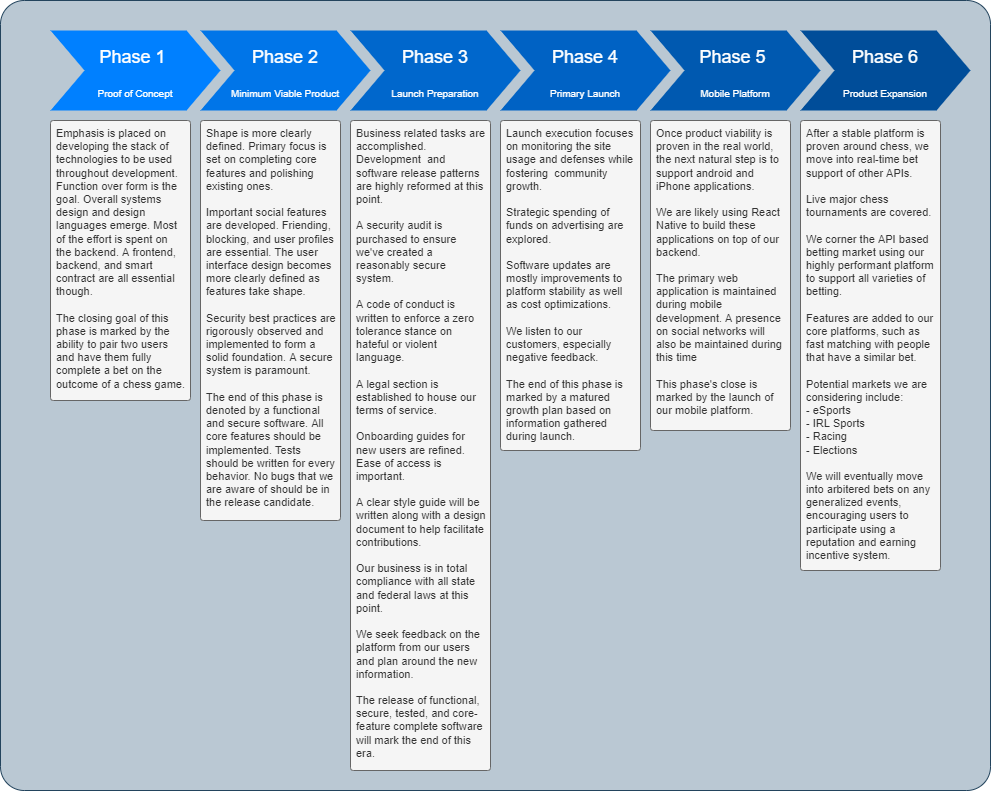
The draw.io diagram readme-assets/roadmap.png in geektechniquestudios/ChessWager, before a commit. Source tidied: cells renumbered, new cells last; positions are measured from the earlier drawing's top-left corner, leaving out a move shared by most shapes.
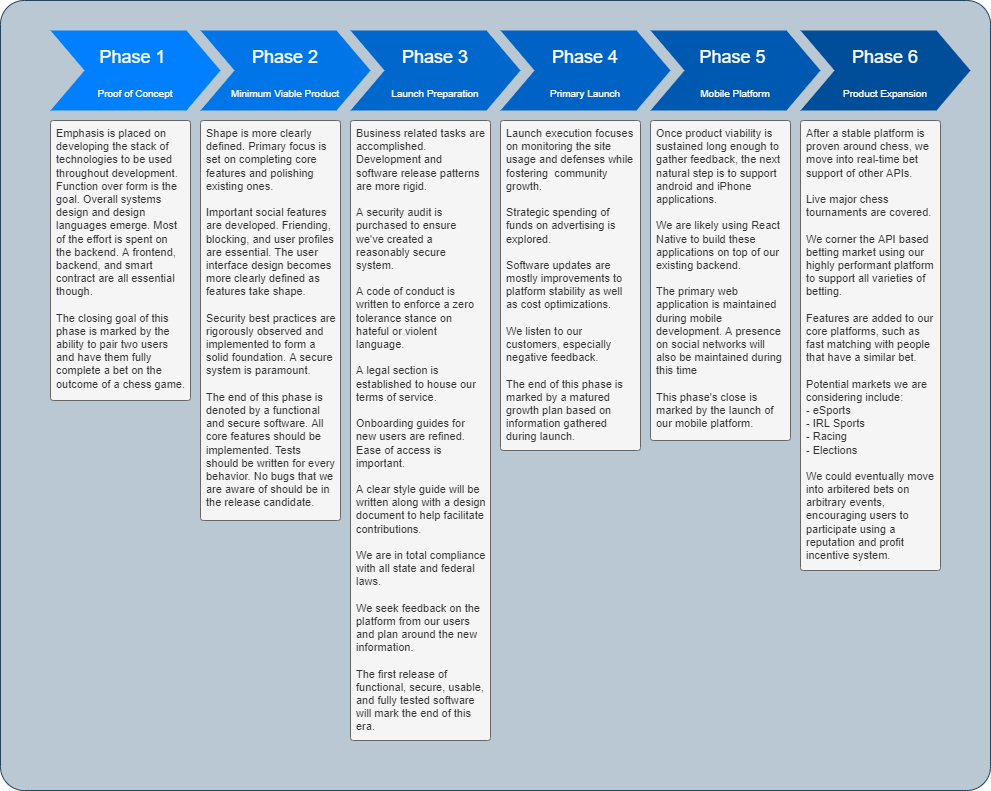
After the commit.

What changed in the source:
```diff
@@ -23,10 +23,10 @@
     <mxCell id="8" value="&lt;font style=&quot;&quot;&gt;&lt;span style=&quot;font-size: 18px;&quot;&gt;Phase 6&lt;/span&gt;&lt;br&gt;&lt;font style=&quot;font-size: 10px;&quot;&gt;Product Expansion&lt;/font&gt;&lt;br&gt;&lt;/font&gt;" style="shape=step;whiteSpace=wrap;html=1;fontSize=28;fillColor=#004D99;fontColor=#FFFFFF;strokeColor=none;" parent="1" vertex="1">
       <mxGeometry x="800" y="30" width="170" height="80" as="geometry" />
     </mxCell>
-    <mxCell id="9" value="Once product viability is proven in the real world, the next natural step is to support android and iPhone applications.&lt;br style=&quot;font-size: 11px;&quot;&gt;&lt;br style=&quot;font-size: 11px;&quot;&gt;We are likely using React Native to build these applications on top of our backend.&amp;nbsp;&lt;br style=&quot;font-size: 11px;&quot;&gt;&lt;br style=&quot;font-size: 11px;&quot;&gt;The primary web application is maintained during mobile development. A presence on social networks will also be maintained during this time&lt;br style=&quot;font-size: 11px;&quot;&gt;&lt;br style=&quot;font-size: 11px;&quot;&gt;This phase's close is marked by the launch of our mobile platform." style="text;spacingTop=-3;whiteSpace=wrap;html=1;align=left;fontSize=11;fontFamily=Helvetica;fillColor=#f5f5f5;rounded=1;glass=0;spacingLeft=1;spacingRight=1;spacing=5;labelBackgroundColor=none;fontColor=#333333;strokeColor=#666666;rotation=0;arcSize=2;" parent="1" vertex="1">
-      <mxGeometry x="650" y="120" width="140" height="310" as="geometry" />
+    <mxCell id="9" value="Once product viability is sustained long enough to gather feedback, the next natural step is to support android and iPhone applications.&lt;br style=&quot;font-size: 11px;&quot;&gt;&lt;br style=&quot;font-size: 11px;&quot;&gt;We are likely using React Native to build these applications on top of our&amp;nbsp; existing backend.&amp;nbsp;&lt;br style=&quot;font-size: 11px;&quot;&gt;&lt;br style=&quot;font-size: 11px;&quot;&gt;The primary web application is maintained during mobile development. A presence on social networks will also be maintained during this time&lt;br style=&quot;font-size: 11px;&quot;&gt;&lt;br style=&quot;font-size: 11px;&quot;&gt;This phase's close is marked by the launch of our mobile platform." style="text;spacingTop=-3;whiteSpace=wrap;html=1;align=left;fontSize=11;fontFamily=Helvetica;fillColor=#f5f5f5;rounded=1;glass=0;spacingLeft=1;spacingRight=1;spacing=5;labelBackgroundColor=none;fontColor=#333333;strokeColor=#666666;rotation=0;arcSize=2;" parent="1" vertex="1">
+      <mxGeometry x="650" y="120" width="140" height="320" as="geometry" />
     </mxCell>
-    <mxCell id="10" value="After a stable platform is proven around chess, we move into real-time bet support of other APIs.&lt;br style=&quot;font-size: 11px;&quot;&gt;&lt;br style=&quot;font-size: 11px;&quot;&gt;Live major chess tournaments are covered.&amp;nbsp;&lt;br style=&quot;font-size: 11px;&quot;&gt;&lt;br style=&quot;font-size: 11px;&quot;&gt;We corner the API based betting market using our highly performant platform to support all varieties of betting.&amp;nbsp;&lt;br style=&quot;font-size: 11px;&quot;&gt;&lt;br style=&quot;font-size: 11px;&quot;&gt;Features are added to our core platforms, such as fast matching with people that have a similar bet.&lt;br style=&quot;font-size: 11px;&quot;&gt;&lt;br style=&quot;font-size: 11px;&quot;&gt;Potential markets we are considering include:&lt;br style=&quot;font-size: 11px;&quot;&gt;- eSports&lt;br style=&quot;font-size: 11px;&quot;&gt;- IRL Sports&lt;br style=&quot;font-size: 11px;&quot;&gt;- Racing&lt;br style=&quot;font-size: 11px;&quot;&gt;- Elections&lt;br style=&quot;font-size: 11px;&quot;&gt;&lt;br style=&quot;font-size: 11px;&quot;&gt;We will eventually move into arbitered bets on any generalized events, encouraging users to participate using a reputation and earning incentive system." style="text;spacingTop=-3;whiteSpace=wrap;html=1;align=left;fontSize=11;fontFamily=Helvetica;fillColor=#f5f5f5;rounded=1;glass=0;spacingLeft=1;spacingRight=1;spacing=5;labelBackgroundColor=none;fontColor=#333333;strokeColor=#666666;rotation=0;arcSize=2;" parent="1" vertex="1">
+    <mxCell id="10" value="After a stable platform is proven around chess, we move into real-time bet support of other APIs.&lt;br style=&quot;font-size: 11px;&quot;&gt;&lt;br style=&quot;font-size: 11px;&quot;&gt;Live major chess tournaments are covered.&amp;nbsp;&lt;br style=&quot;font-size: 11px;&quot;&gt;&lt;br style=&quot;font-size: 11px;&quot;&gt;We corner the API based betting market using our highly performant platform to support all varieties of betting.&amp;nbsp;&lt;br style=&quot;font-size: 11px;&quot;&gt;&lt;br style=&quot;font-size: 11px;&quot;&gt;Features are added to our core platforms, such as fast matching with people that have a similar bet.&lt;br style=&quot;font-size: 11px;&quot;&gt;&lt;br style=&quot;font-size: 11px;&quot;&gt;Potential markets we are considering include:&lt;br style=&quot;font-size: 11px;&quot;&gt;- eSports&lt;br style=&quot;font-size: 11px;&quot;&gt;- IRL Sports&lt;br style=&quot;font-size: 11px;&quot;&gt;- Racing&lt;br style=&quot;font-size: 11px;&quot;&gt;- Elections&lt;br style=&quot;font-size: 11px;&quot;&gt;&lt;br style=&quot;font-size: 11px;&quot;&gt;We could eventually move into arbitered bets on arbitrary events, encouraging users to participate using a reputation and profit incentive system." style="text;spacingTop=-3;whiteSpace=wrap;html=1;align=left;fontSize=11;fontFamily=Helvetica;fillColor=#f5f5f5;rounded=1;glass=0;spacingLeft=1;spacingRight=1;spacing=5;labelBackgroundColor=none;fontColor=#333333;strokeColor=#666666;rotation=0;arcSize=2;" parent="1" vertex="1">
       <mxGeometry x="800" y="120" width="140" height="450" as="geometry" />
     </mxCell>
     <mxCell id="11" value="Emphasis is placed on developing the stack of technologies to be used throughout development. Function over form is the goal. Overall systems design and design languages emerge. Most of the effort is spent on the backend. A frontend, backend, and smart contract are all essential though.&lt;br style=&quot;font-size: 11px;&quot;&gt;&lt;br style=&quot;font-size: 11px;&quot;&gt;The closing goal of this phase is marked by the ability to pair two users and have them fully complete a bet on the outcome of a chess game." style="text;spacingTop=-3;whiteSpace=wrap;html=1;align=left;fontSize=11;fontFamily=Helvetica;fillColor=#f5f5f5;rounded=1;glass=0;spacingLeft=1;spacingRight=1;spacing=5;labelBackgroundColor=none;fontColor=#333333;strokeColor=#666666;rotation=0;arcSize=2;" parent="1" vertex="1">
@@ -35,10 +35,10 @@
     <mxCell id="12" value="Shape is more clearly defined. Primary focus is set on completing core features and polishing existing ones.&lt;br style=&quot;font-size: 11px;&quot;&gt;&lt;br style=&quot;font-size: 11px;&quot;&gt;Important social features are developed. Friending, blocking, and user profiles are essential. The user interface design becomes more clearly defined as features take shape.&lt;br style=&quot;font-size: 11px;&quot;&gt;&lt;br style=&quot;font-size: 11px;&quot;&gt;Security best practices are rigorously observed and implemented to form a solid foundation. A secure system is paramount.&lt;br style=&quot;font-size: 11px;&quot;&gt;&lt;br style=&quot;font-size: 11px;&quot;&gt;The end of this phase is denoted by a functional and secure software. All core features should be implemented. Tests should be written for every behavior. No bugs that we are aware of should be in the release candidate." style="text;spacingTop=-3;whiteSpace=wrap;html=1;align=left;fontSize=11;fontFamily=Helvetica;fillColor=#f5f5f5;rounded=1;glass=0;spacingLeft=1;spacingRight=1;spacing=5;labelBackgroundColor=none;fontColor=#333333;strokeColor=#666666;rotation=0;arcSize=2;" parent="1" vertex="1">
       <mxGeometry x="200" y="120" width="140" height="400" as="geometry" />
     </mxCell>
-    <mxCell id="13" value="Business related tasks are accomplished. Development&amp;nbsp; and software release patterns are highly reformed at this point.&lt;br style=&quot;font-size: 11px;&quot;&gt;&lt;br style=&quot;font-size: 11px;&quot;&gt;A security audit is purchased to ensure we've created a reasonably secure system.&lt;br style=&quot;font-size: 11px;&quot;&gt;&lt;br style=&quot;font-size: 11px;&quot;&gt;A code of conduct is written to enforce a zero tolerance stance on hateful or violent language.&lt;br style=&quot;font-size: 11px;&quot;&gt;&lt;br style=&quot;font-size: 11px;&quot;&gt;A legal section is established to house our terms of service.&lt;br style=&quot;font-size: 11px;&quot;&gt;&lt;br style=&quot;font-size: 11px;&quot;&gt;Onboarding guides for new users are refined. Ease of access is important.&lt;br style=&quot;font-size: 11px;&quot;&gt;&lt;br style=&quot;font-size: 11px;&quot;&gt;A clear style guide will be written along with a design document to help facilitate contributions.&lt;br style=&quot;font-size: 11px;&quot;&gt;&lt;br style=&quot;font-size: 11px;&quot;&gt;Our business is in total compliance with all state and federal laws at this point.&lt;br style=&quot;font-size: 11px;&quot;&gt;&lt;br style=&quot;font-size: 11px;&quot;&gt;We seek feedback on the platform from our users and plan around the new information.&lt;br style=&quot;font-size: 11px;&quot;&gt;&lt;br style=&quot;font-size: 11px;&quot;&gt;The release of functional, secure, tested, and core-feature complete software will mark the end of this era." style="text;spacingTop=-3;whiteSpace=wrap;html=1;align=left;fontSize=11;fontFamily=Helvetica;fillColor=#f5f5f5;rounded=1;glass=0;spacingLeft=1;spacingRight=1;spacing=5;labelBackgroundColor=none;fontColor=#333333;strokeColor=#666666;rotation=0;arcSize=2;" parent="1" vertex="1">
-      <mxGeometry x="350" y="120" width="140" height="650" as="geometry" />
+    <mxCell id="13" value="Business related tasks are accomplished. Development and software release patterns are more rigid.&lt;br style=&quot;font-size: 11px;&quot;&gt;&lt;br style=&quot;font-size: 11px;&quot;&gt;A security audit is purchased to ensure we've created a reasonably secure system.&lt;br style=&quot;font-size: 11px;&quot;&gt;&lt;br style=&quot;font-size: 11px;&quot;&gt;A code of conduct is written to enforce a zero tolerance stance on hateful or violent language.&lt;br style=&quot;font-size: 11px;&quot;&gt;&lt;br style=&quot;font-size: 11px;&quot;&gt;A legal section is established to house our terms of service.&lt;br style=&quot;font-size: 11px;&quot;&gt;&lt;br style=&quot;font-size: 11px;&quot;&gt;Onboarding guides for new users are refined. Ease of access is important.&lt;br style=&quot;font-size: 11px;&quot;&gt;&lt;br style=&quot;font-size: 11px;&quot;&gt;A clear style guide will be written along with a design document to help facilitate contributions.&lt;br style=&quot;font-size: 11px;&quot;&gt;&lt;br style=&quot;font-size: 11px;&quot;&gt;We are in total compliance with all state and federal laws.&lt;br style=&quot;font-size: 11px;&quot;&gt;&lt;br style=&quot;font-size: 11px;&quot;&gt;We seek feedback on the platform from our users and plan around the new information.&lt;br style=&quot;font-size: 11px;&quot;&gt;&lt;br style=&quot;font-size: 11px;&quot;&gt;The first release of functional, secure, usable, and fully tested software will mark the end of this era." style="text;spacingTop=-3;whiteSpace=wrap;html=1;align=left;fontSize=11;fontFamily=Helvetica;fillColor=#f5f5f5;rounded=1;glass=0;spacingLeft=1;spacingRight=1;spacing=5;labelBackgroundColor=none;fontColor=#333333;strokeColor=#666666;rotation=0;arcSize=2;" parent="1" vertex="1">
+      <mxGeometry x="350" y="120" width="140" height="620" as="geometry" />
     </mxCell>
-    <mxCell id="14" value="Launch execution&amp;nbsp;focuses on monitoring the site usage and defenses while fostering&amp;nbsp; community growth.&amp;nbsp;&lt;br style=&quot;font-size: 11px;&quot;&gt;&lt;br style=&quot;font-size: 11px;&quot;&gt;Strategic spending of funds on advertising are explored.&lt;br style=&quot;font-size: 11px;&quot;&gt;&lt;br style=&quot;font-size: 11px;&quot;&gt;Software updates are mostly improvements to platform stability as well as cost optimizations.&lt;br style=&quot;font-size: 11px;&quot;&gt;&lt;br style=&quot;font-size: 11px;&quot;&gt;We listen to our customers, especially negative feedback.&lt;br style=&quot;font-size: 11px;&quot;&gt;&lt;br style=&quot;font-size: 11px;&quot;&gt;The end of this phase is marked by a matured growth plan based on information gathered during launch." style="text;spacingTop=-3;whiteSpace=wrap;html=1;align=left;fontSize=11;fontFamily=Helvetica;fillColor=#f5f5f5;rounded=1;glass=0;spacingLeft=1;spacingRight=1;spacing=5;labelBackgroundColor=none;fontColor=#333333;strokeColor=#666666;rotation=0;arcSize=2;" parent="1" vertex="1">
+    <mxCell id="14" value="Launch execution&amp;nbsp;focuses on monitoring the site usage and defenses while fostering&amp;nbsp; community growth.&amp;nbsp;&lt;br style=&quot;font-size: 11px;&quot;&gt;&lt;br style=&quot;font-size: 11px;&quot;&gt;Strategic spending of funds on advertising is explored.&lt;br style=&quot;font-size: 11px;&quot;&gt;&lt;br style=&quot;font-size: 11px;&quot;&gt;Software updates are mostly improvements to platform stability as well as cost optimizations.&lt;br style=&quot;font-size: 11px;&quot;&gt;&lt;br style=&quot;font-size: 11px;&quot;&gt;We listen to our customers, especially negative feedback.&lt;br style=&quot;font-size: 11px;&quot;&gt;&lt;br style=&quot;font-size: 11px;&quot;&gt;The end of this phase is marked by a matured growth plan based on information gathered during launch." style="text;spacingTop=-3;whiteSpace=wrap;html=1;align=left;fontSize=11;fontFamily=Helvetica;fillColor=#f5f5f5;rounded=1;glass=0;spacingLeft=1;spacingRight=1;spacing=5;labelBackgroundColor=none;fontColor=#333333;strokeColor=#666666;rotation=0;arcSize=2;" parent="1" vertex="1">
       <mxGeometry x="500" y="120" width="140" height="330" as="geometry" />
     </mxCell>
   </root>
```
